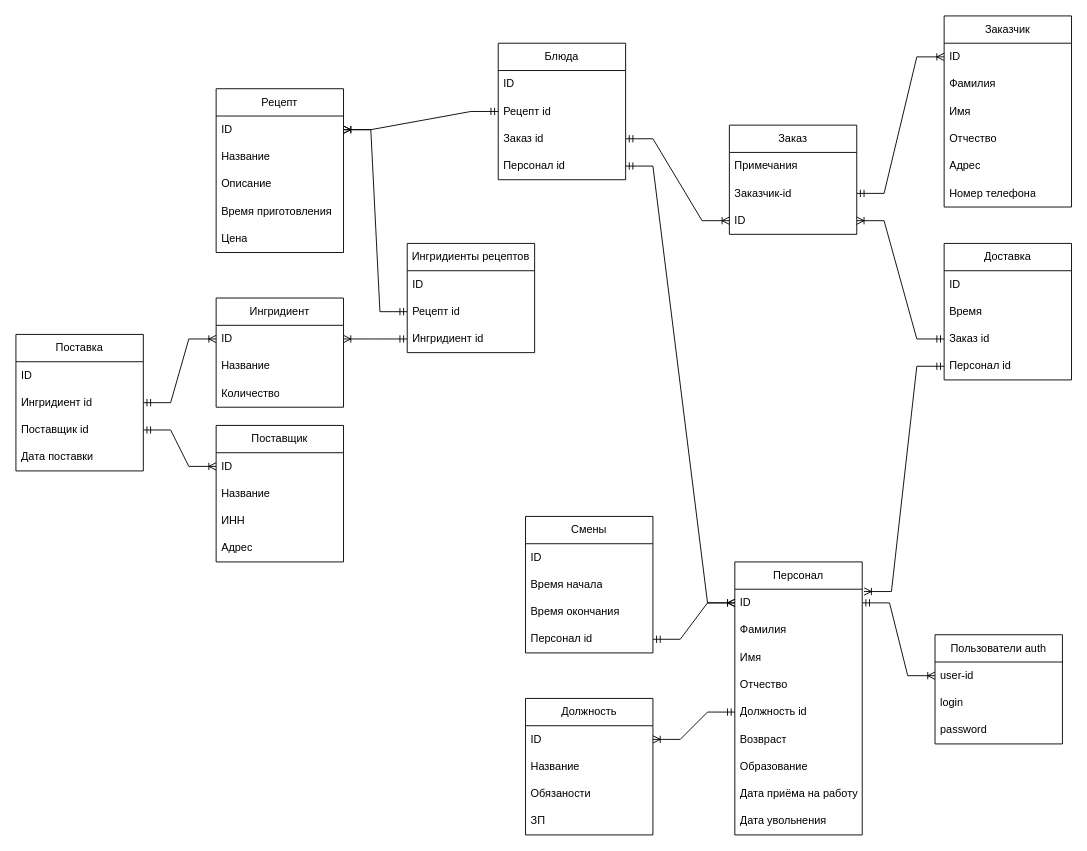
Before: Диаграмма без названия.drawio in ColdenI/DemoRestaurant, a draw.io diagram. Source tidied: cells renumbered, new cells numbered last; positions are measured from the earlier drawing's top-left corner, leaving out a move shared by most shapes. Both pictures are drawn from the tidied source at 91%, with x=0, y=0 at pixel (15, 15).
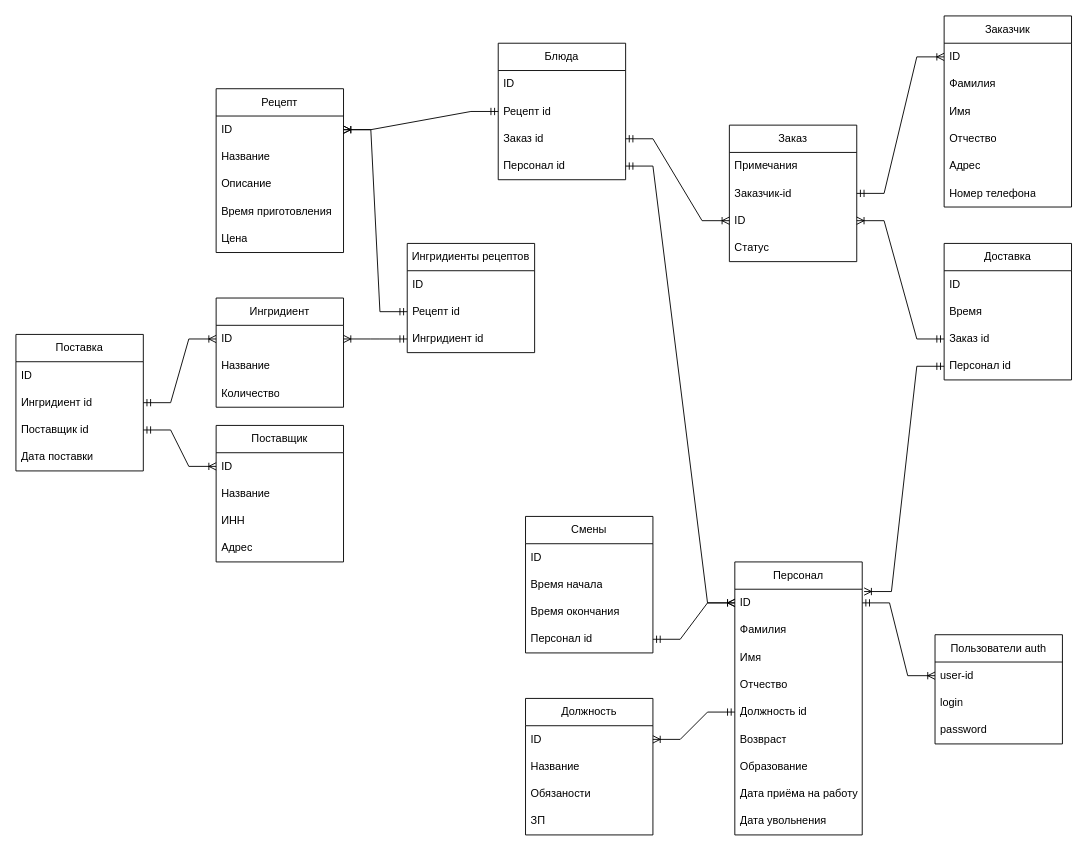
Above is the later version.

The edit, as a diff of the source:
```diff
@@
     <mxCell id="2" value="Заказ" style="swimlane;fontStyle=0;horizontal=1;startSize=30;whiteSpace=wrap;html=1;" parent="1" vertex="1">
-      <mxGeometry x="784" y="120" width="140" height="120" as="geometry" />
+      <mxGeometry x="784" y="120" width="140" height="150" as="geometry" />
     </mxCell>
@@
+    <mxCell id="85" value="Статус" style="text;strokeColor=none;fillColor=none;align=left;verticalAlign=middle;spacingLeft=4;spacingRight=4;overflow=hidden;whiteSpace=wrap;html=1;" parent="2" vertex="1">
+      <mxGeometry y="120" width="140" height="30" as="geometry" />
+    </mxCell>
```
